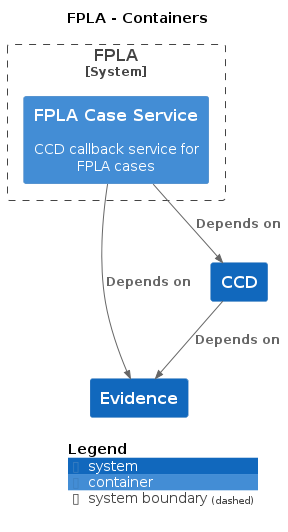
Before: docs/c4/fpla/images/structurizr-fpla-overview.png, a diagram exported from PlantUML (hmcts/cnp-api-docs).
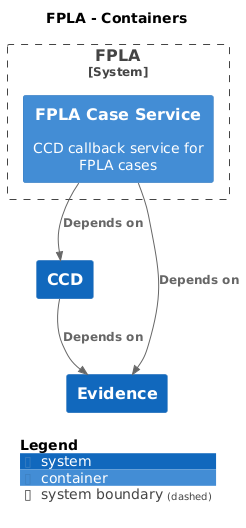
Above is the later version.

What changed in the source:
```diff
@@ -15,9 +15,9 @@
   Container(FPLA.FPLACaseService, "FPLA Case Service", $techn="", $descr="CCD callback service for FPLA cases", $tags="", $link="")
 }
 
-Rel_D(CCD, Evidence, "Depends on", $techn="", $tags="", $link="")
-Rel_D(FPLA.FPLACaseService, Evidence, "Depends on", $techn="", $tags="", $link="")
-Rel_D(FPLA.FPLACaseService, CCD, "Depends on", $techn="", $tags="", $link="")
+Rel(CCD, Evidence, "Depends on", $techn="", $tags="", $link="")
+Rel(FPLA.FPLACaseService, Evidence, "Depends on", $techn="", $tags="", $link="")
+Rel(FPLA.FPLACaseService, CCD, "Depends on", $techn="", $tags="", $link="")
 
 SHOW_DYNAMIC_LEGEND()
 @enduml
```
